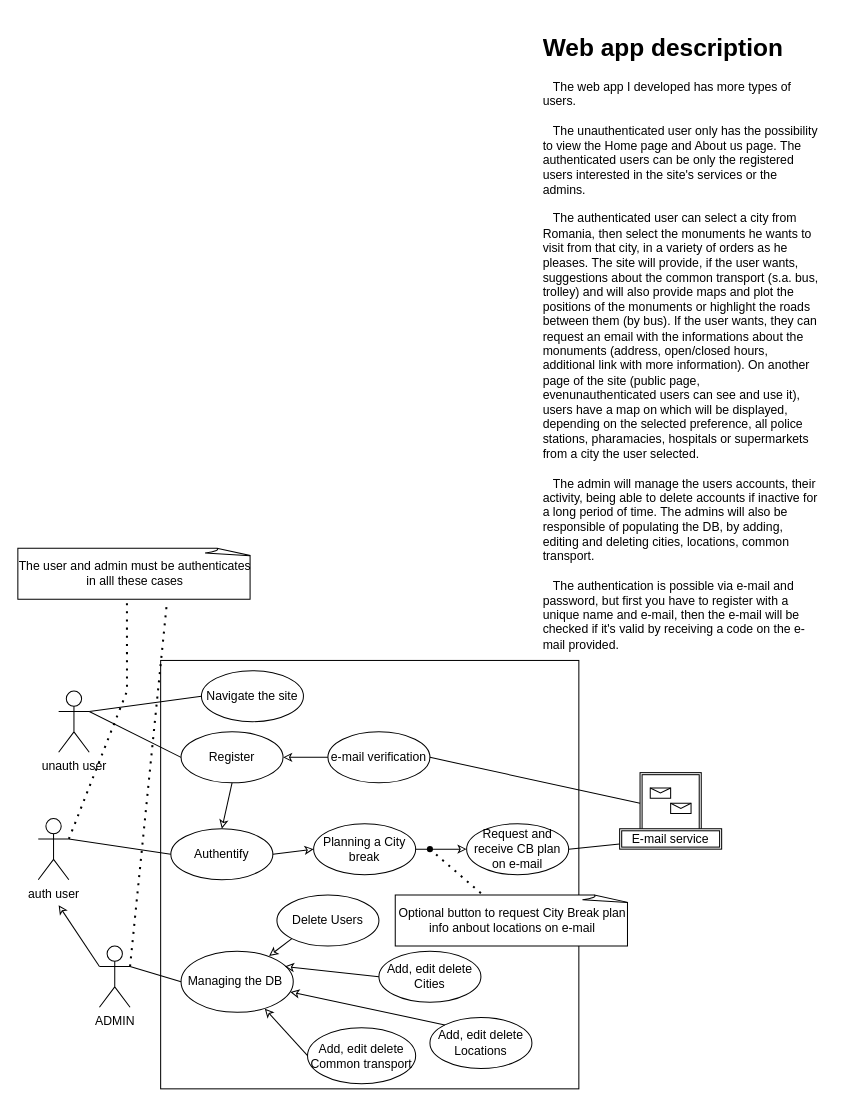
Before: Diagramă fără titlu.drawio in SoranaGalan/lab56_LFTC, a draw.io diagram. Source tidied: cells renumbered, new cells numbered last; positions are measured from the earlier drawing's top-left corner, leaving out a move shared by most shapes. Both pictures are drawn from the tidied source at 102%, with x=0, y=0 at pixel (17, 28).
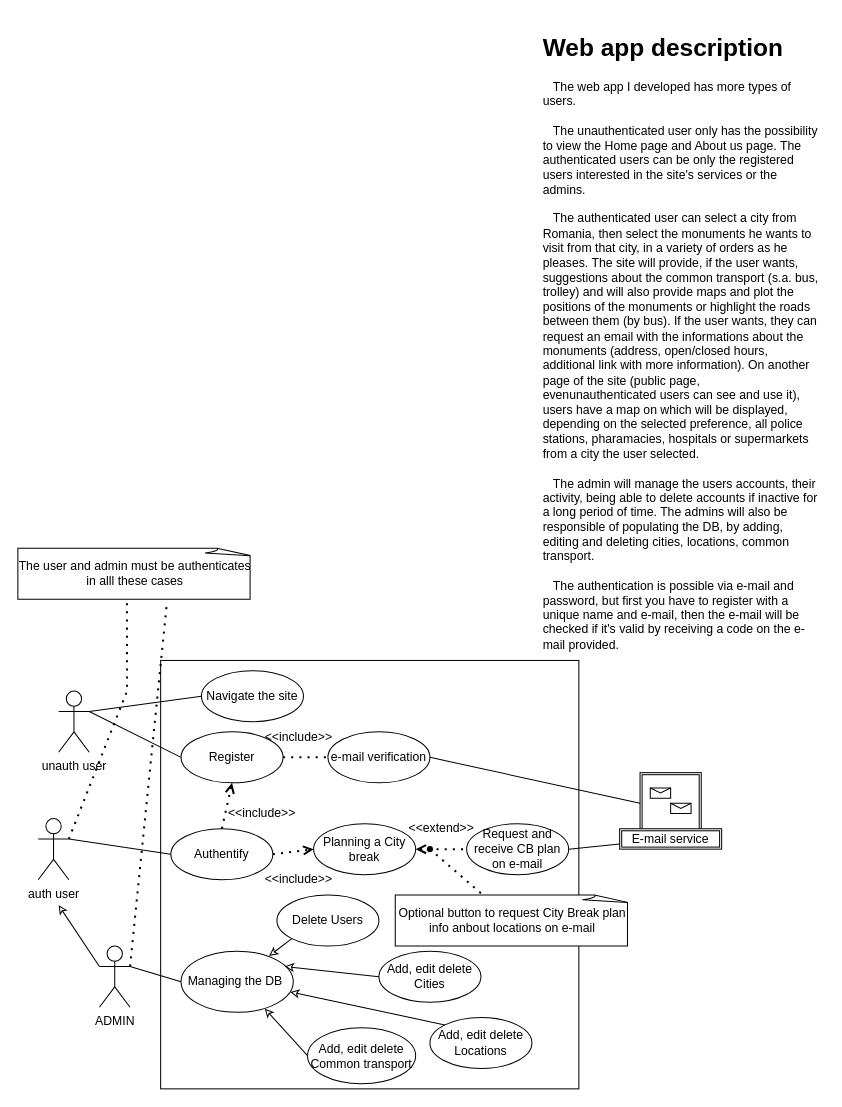
Above is the later version.

The change refers to these unchanged cells:
```xml
<mxCell id="10" value="Authentify" style="ellipse;whiteSpace=wrap;html=1;" parent="1" vertex="1">
  <mxGeometry x="150" y="785" width="100" height="50" as="geometry" />
</mxCell>
<mxCell id="11" value="Planning a City break" style="ellipse;whiteSpace=wrap;html=1;" parent="1" vertex="1">
  <mxGeometry x="290" y="780" width="100" height="50" as="geometry" />
</mxCell>
<mxCell id="12" value="e-mail verification" style="ellipse;whiteSpace=wrap;html=1;" parent="1" vertex="1">
  <mxGeometry x="304" y="690" width="100" height="50" as="geometry" />
</mxCell>
<mxCell id="18" value="Register" style="ellipse;whiteSpace=wrap;html=1;" parent="1" vertex="1">
  <mxGeometry x="160" y="690" width="100" height="50" as="geometry" />
</mxCell>
<mxCell id="23" value="Request and receive CB plan on e-mail" style="ellipse;whiteSpace=wrap;html=1;" parent="1" vertex="1">
  <mxGeometry x="440" y="780" width="100" height="50" as="geometry" />
</mxCell>
```

Diff of the diagram source:
```diff
@@
-    <mxCell id="13" style="endArrow=classic;html=1;rounded=0;endFill=0;exitX=0;exitY=0.5;exitDx=0;exitDy=0;entryX=1;entryY=0.5;entryDx=0;entryDy=0;" parent="1" edge="1" source="12" target="18">
-      <mxGeometry relative="1" as="geometry" />
-    </mxCell>
@@
-    <mxCell id="22" style="endArrow=classic;html=1;rounded=0;endFill=0;exitX=0.5;exitY=1;exitDx=0;exitDy=0;entryX=0.5;entryY=0;entryDx=0;entryDy=0;" parent="1" edge="1" source="18" target="10">
-      <mxGeometry relative="1" as="geometry" />
-    </mxCell>
@@
-    <mxCell id="24" style="endArrow=classic;html=1;rounded=0;endFill=0;exitX=1;exitY=0.5;exitDx=0;exitDy=0;entryX=0;entryY=0.5;entryDx=0;entryDy=0;" parent="1" edge="1" source="10" target="11">
-      <mxGeometry relative="1" as="geometry" />
-    </mxCell>
-    <mxCell id="25" style="endArrow=classic;html=1;rounded=0;endFill=0;exitX=1;exitY=0.5;exitDx=0;exitDy=0;entryX=0;entryY=0.5;entryDx=0;entryDy=0;" parent="1" edge="1" source="11" target="23">
-      <mxGeometry relative="1" as="geometry" />
-    </mxCell>
@@
+    <mxCell id="43" style="endArrow=none;dashed=1;html=1;dashPattern=1 3;strokeWidth=2;rounded=0;entryX=0;entryY=0.5;entryDx=0;entryDy=0;" parent="1" edge="1" source="18" target="12">
+      <mxGeometry relative="1" as="geometry" />
+    </mxCell>
+    <mxCell id="44" style="endArrow=open;dashed=1;html=1;dashPattern=1 3;strokeWidth=2;rounded=0;entryX=0.5;entryY=1;entryDx=0;entryDy=0;exitX=0.5;exitY=0;exitDx=0;exitDy=0;endFill=0;" parent="1" edge="1" source="10" target="18">
+      <mxGeometry relative="1" as="geometry" />
+    </mxCell>
+    <mxCell id="45" value="&amp;lt;&amp;lt;include&amp;gt;&amp;gt;" style="text;html=1;align=center;verticalAlign=middle;strokeColor=none;fillColor=none;" parent="1" vertex="1">
+      <mxGeometry x="194" y="755" width="90" height="30" as="geometry" />
+    </mxCell>
+    <mxCell id="46" value="&amp;lt;&amp;lt;include&amp;gt;&amp;gt;" style="text;html=1;align=center;verticalAlign=middle;strokeColor=none;fillColor=none;" parent="1" vertex="1">
+      <mxGeometry x="230" y="680" width="90" height="30" as="geometry" />
+    </mxCell>
+    <mxCell id="24" style="endArrow=open;dashed=1;html=1;dashPattern=1 3;strokeWidth=2;rounded=0;entryX=0;entryY=0.5;entryDx=0;entryDy=0;endFill=0;exitX=1;exitY=0.5;exitDx=0;exitDy=0;" parent="1" edge="1" source="10" target="11">
+      <mxGeometry relative="1" as="geometry" />
+    </mxCell>
+    <mxCell id="47" value="&amp;lt;&amp;lt;include&amp;gt;&amp;gt;" style="text;html=1;align=center;verticalAlign=middle;strokeColor=none;fillColor=none;" parent="1" vertex="1">
+      <mxGeometry x="230" y="820" width="90" height="30" as="geometry" />
+    </mxCell>
+    <mxCell id="25" style="endArrow=none;dashed=1;html=1;dashPattern=1 3;strokeWidth=2;rounded=0;entryX=0;entryY=0.5;entryDx=0;entryDy=0;startArrow=open;startFill=0;" parent="1" edge="1" source="11" target="23">
+      <mxGeometry relative="1" as="geometry" />
+    </mxCell>
+    <mxCell id="48" value="&amp;lt;&amp;lt;extend&amp;gt;&amp;gt;" style="text;html=1;align=center;verticalAlign=middle;strokeColor=none;fillColor=none;" parent="1" vertex="1">
+      <mxGeometry x="370" y="770" width="90" height="30" as="geometry" />
+    </mxCell>
```
